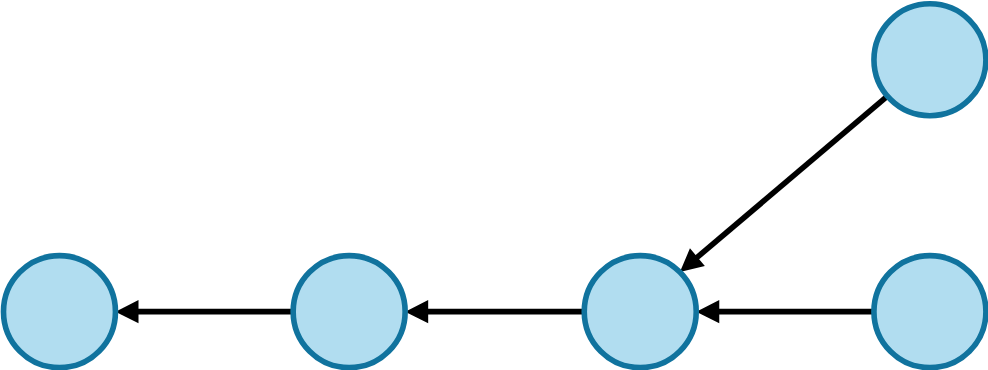
Before: img/dag.svg, a diagram exported from draw.io (gbroques/git-internals-presentation). Source tidied: cells renumbered, new cells last; positions are measured from the earlier drawing's top-left corner, leaving out a move shared by most shapes.
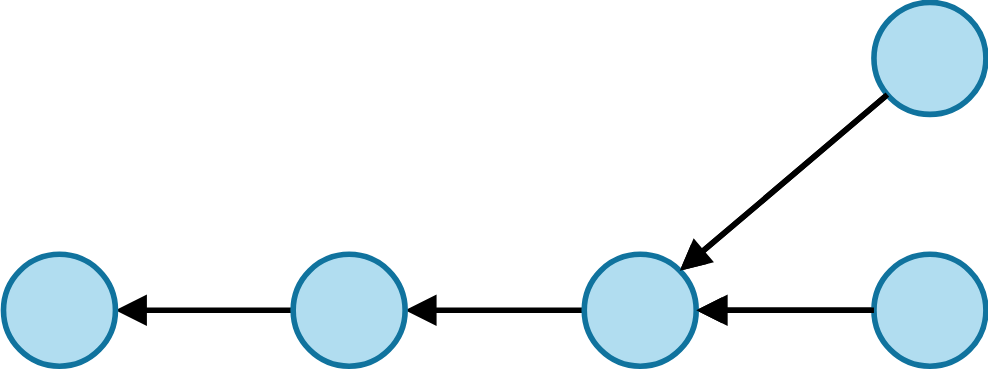
Later version of the same file.

The edit, as a diff of the source:
```diff
@@ -2,25 +2,25 @@
   <root>
     <mxCell id="0" />
     <mxCell id="1" parent="0" />
-    <mxCell id="2" style="edgeStyle=none;html=1;entryX=1;entryY=0;entryDx=0;entryDy=0;strokeWidth=4;endArrow=block;endFill=1;" parent="1" edge="1" source="3" target="7">
+    <mxCell id="2" style="edgeStyle=none;html=1;entryX=1;entryY=0;entryDx=0;entryDy=0;strokeWidth=4;endArrow=block;endFill=1;endSize=8;" parent="1" edge="1" source="3" target="7">
       <mxGeometry relative="1" as="geometry" />
     </mxCell>
     <mxCell id="3" style="ellipse;whiteSpace=wrap;html=1;fillColor=#b1ddf0;strokeColor=#10739e;strokeWidth=4;" parent="1" vertex="1">
       <mxGeometry x="622" width="80" height="80" as="geometry" />
     </mxCell>
-    <mxCell id="4" style="edgeStyle=none;html=1;entryX=1;entryY=0.5;entryDx=0;entryDy=0;strokeWidth=4;endArrow=block;endFill=1;" parent="1" edge="1" source="5" target="7">
+    <mxCell id="4" style="edgeStyle=none;html=1;entryX=1;entryY=0.5;entryDx=0;entryDy=0;strokeWidth=4;endArrow=block;endFill=1;endSize=8;" parent="1" edge="1" source="5" target="7">
       <mxGeometry relative="1" as="geometry" />
     </mxCell>
     <mxCell id="5" style="ellipse;whiteSpace=wrap;html=1;fillColor=#b1ddf0;strokeColor=#10739e;strokeWidth=4;" parent="1" vertex="1">
       <mxGeometry x="622" y="180" width="80" height="80" as="geometry" />
     </mxCell>
-    <mxCell id="6" style="edgeStyle=none;html=1;strokeWidth=4;endArrow=block;endFill=1;" parent="1" edge="1" source="7" target="9">
+    <mxCell id="6" style="edgeStyle=none;html=1;strokeWidth=4;endArrow=block;endFill=1;endSize=12;" parent="1" edge="1" source="7" target="9">
       <mxGeometry relative="1" as="geometry" />
     </mxCell>
     <mxCell id="7" style="ellipse;whiteSpace=wrap;html=1;fillColor=#b1ddf0;strokeColor=#10739e;strokeWidth=4;" parent="1" vertex="1">
       <mxGeometry x="415" y="180" width="80" height="80" as="geometry" />
     </mxCell>
-    <mxCell id="8" style="edgeStyle=none;html=1;strokeWidth=4;endArrow=block;endFill=1;rounded=1;" parent="1" edge="1" source="9" target="10">
+    <mxCell id="8" style="edgeStyle=none;html=1;strokeWidth=4;endArrow=block;endFill=1;rounded=1;endSize=12;" parent="1" edge="1" source="9" target="10">
       <mxGeometry relative="1" as="geometry" />
     </mxCell>
     <mxCell id="9" style="ellipse;whiteSpace=wrap;html=1;fillColor=#b1ddf0;strokeColor=#10739e;strokeWidth=4;" parent="1" vertex="1">
@@ -29,5 +29,17 @@
     <mxCell id="10" style="ellipse;whiteSpace=wrap;html=1;fillColor=#b1ddf0;strokeColor=#10739e;strokeWidth=4;" parent="1" vertex="1">
       <mxGeometry y="180" width="80" height="80" as="geometry" />
     </mxCell>
+    <mxCell id="11" style="edgeStyle=none;html=1;entryX=1;entryY=0;entryDx=0;entryDy=0;strokeWidth=4;endArrow=block;endFill=1;endSize=12;" parent="1" edge="1">
+      <mxGeometry relative="1" as="geometry">
+        <mxPoint x="631.6" y="66" as="sourcePoint" />
+        <mxPoint x="483.3" y="191.7" as="targetPoint" />
+      </mxGeometry>
+    </mxCell>
+    <mxCell id="12" style="edgeStyle=none;html=1;entryX=1;entryY=0.5;entryDx=0;entryDy=0;strokeWidth=4;endArrow=block;endFill=1;endSize=12;" parent="1" edge="1">
+      <mxGeometry relative="1" as="geometry">
+        <mxPoint x="622" y="220" as="sourcePoint" />
+        <mxPoint x="495" y="220" as="targetPoint" />
+      </mxGeometry>
+    </mxCell>
   </root>
 </mxGraphModel>
```
